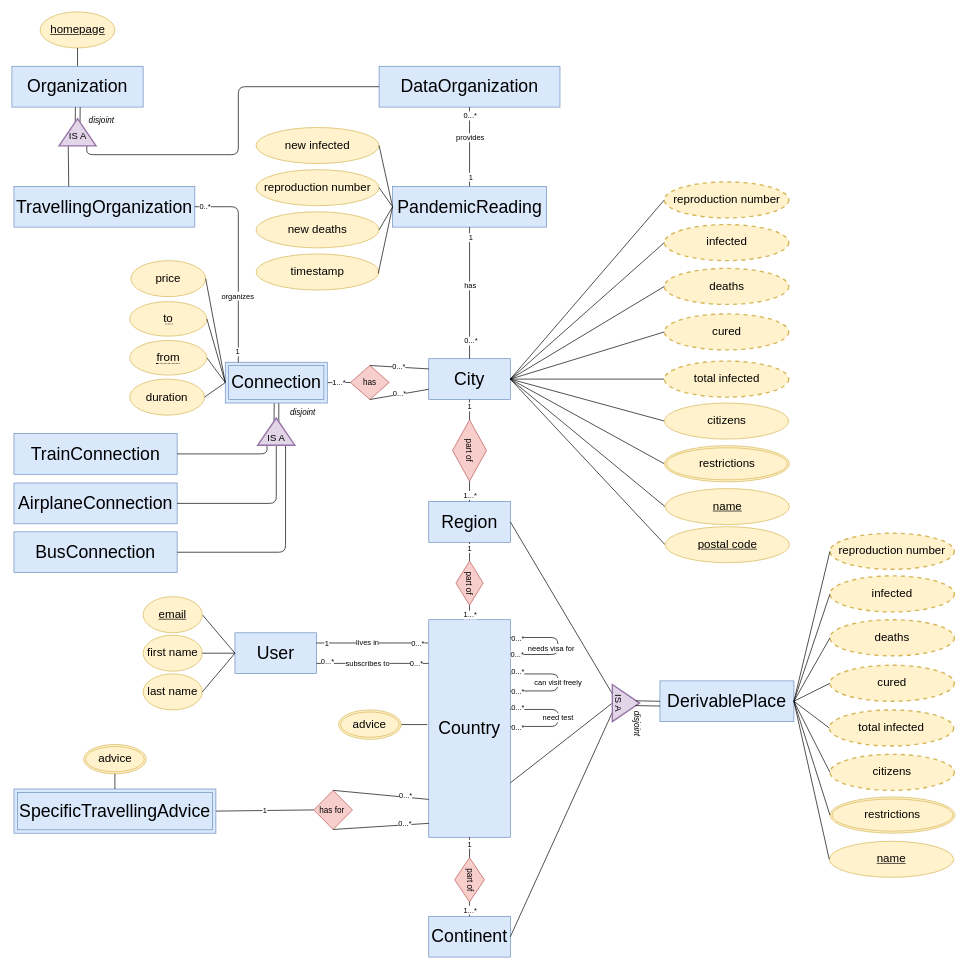
This is documentation/OISdiagram.drawio from wulfdewolf/OpenInformationSystemsGroup1, a draw.io file, before an edit. Source tidied: cells renumbered, new cells numbered last; positions are measured from the earlier drawing's top-left corner, leaving out a move shared by most shapes. Both pictures are drawn from the tidied source at 68%, with x=0, y=0 at pixel (12, 12).
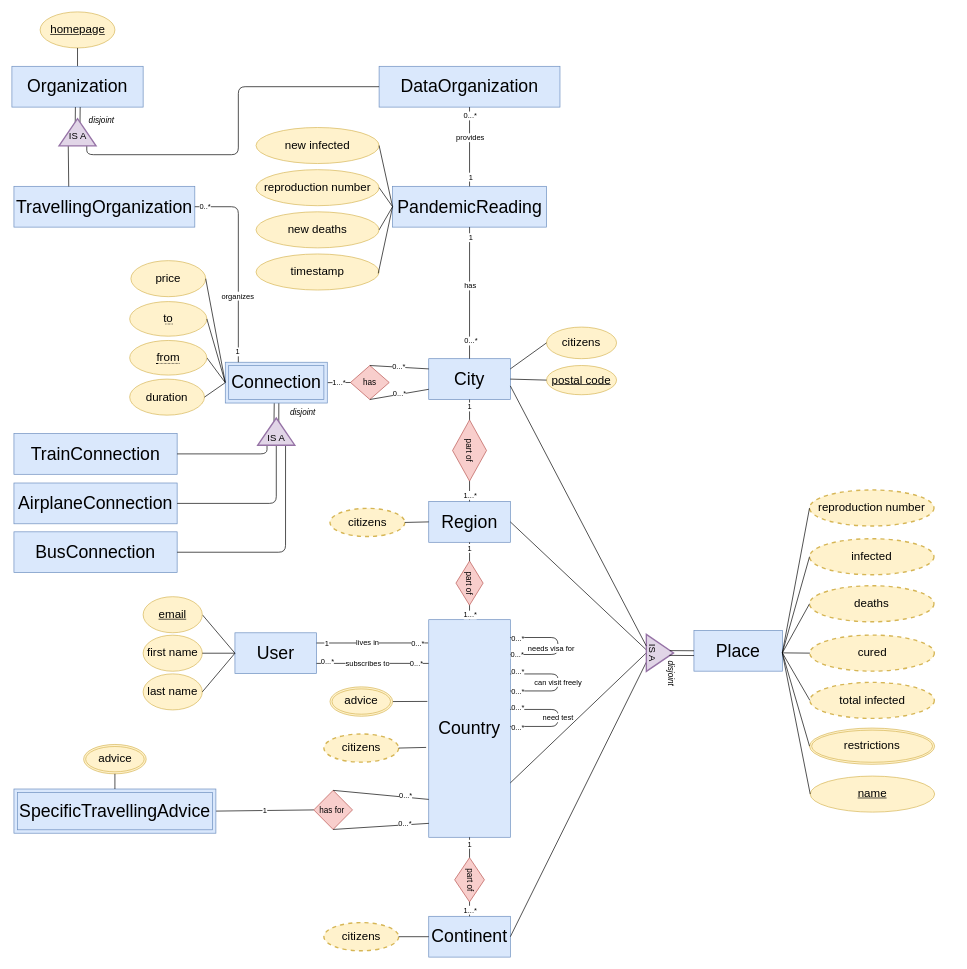
The same diagram, later.

Unchanged cells that the change refers to:
```xml
<mxCell id="6" value="&lt;font style=&quot;font-size: 26px&quot;&gt;City&lt;/font&gt;" style="rounded=0;whiteSpace=wrap;html=1;fillColor=#dae8fc;strokeColor=#6c8ebf;" parent="1" vertex="1">
  <mxGeometry x="613" y="510" width="120" height="60" as="geometry" />
</mxCell>
<mxCell id="7" value="&lt;span style=&quot;font-size: 26px&quot;&gt;Region&lt;/span&gt;" style="rounded=0;whiteSpace=wrap;html=1;fillColor=#dae8fc;strokeColor=#6c8ebf;" parent="1" vertex="1">
  <mxGeometry x="613" y="720" width="120" height="60" as="geometry" />
</mxCell>
<mxCell id="8" value="&lt;font style=&quot;font-size: 26px&quot;&gt;Country&lt;/font&gt;" style="rounded=0;whiteSpace=wrap;html=1;fillColor=#dae8fc;strokeColor=#6c8ebf;" parent="1" vertex="1">
  <mxGeometry x="613" y="893.8" width="120" height="320" as="geometry" />
</mxCell>
<mxCell id="9" value="&lt;span style=&quot;font-size: 26px&quot;&gt;Continent&lt;/span&gt;" style="rounded=0;whiteSpace=wrap;html=1;fillColor=#dae8fc;strokeColor=#6c8ebf;" parent="1" vertex="1">
  <mxGeometry x="613" y="1330" width="120" height="60" as="geometry" />
</mxCell>
```

Change to the diagram source:
```diff
@@
-    <mxCell id="4" value="&lt;font style=&quot;font-size: 26px&quot;&gt;DerivablePlace&lt;/font&gt;" style="rounded=0;whiteSpace=wrap;html=1;strokeWidth=1;fillColor=#dae8fc;strokeColor=#6c8ebf;" parent="1" vertex="1">
-      <mxGeometry x="953" y="983.8" width="197" height="60" as="geometry" />
+    <mxCell id="4" value="&lt;font style=&quot;font-size: 26px&quot;&gt;Place&lt;/font&gt;" style="rounded=0;whiteSpace=wrap;html=1;strokeWidth=1;fillColor=#dae8fc;strokeColor=#6c8ebf;" parent="1" vertex="1">
+      <mxGeometry x="1003" y="909.5" width="130" height="60" as="geometry" />
     </mxCell>
     <mxCell id="5" value="&lt;span style=&quot;font-size: 17px&quot;&gt;reproduction number&lt;/span&gt;" style="ellipse;whiteSpace=wrap;html=1;dashed=1;strokeWidth=2;fillColor=#fff2cc;strokeColor=#d6b656;" parent="1" vertex="1">
-      <mxGeometry x="1203" y="766.7" width="183" height="53" as="geometry" />
+      <mxGeometry x="1173" y="703" width="183" height="53" as="geometry" />
     </mxCell>
@@
-    <mxCell id="10" style="endArrow=none;html=1;exitX=0;exitY=0.25;exitDx=0;exitDy=0;entryX=1;entryY=0.5;entryDx=0;entryDy=0;" parent="1" edge="1" source="88" target="7">
+    <mxCell id="10" style="endArrow=none;html=1;entryX=1;entryY=0.5;entryDx=0;entryDy=0;exitX=0.39;exitY=1;exitDx=0;exitDy=0;exitPerimeter=0;" parent="1" edge="1" source="89" target="7">
       <mxGeometry relative="1" as="geometry" />
     </mxCell>
@@
-    <mxCell id="27" style="endArrow=none;html=1;exitX=1;exitY=0.5;exitDx=0;exitDy=0;entryX=0;entryY=0.5;entryDx=0;entryDy=0;" parent="1" edge="1" source="6" target="125">
-      <mxGeometry relative="1" as="geometry" />
-    </mxCell>
-    <mxCell id="28" style="endArrow=none;html=1;exitX=1;exitY=0.5;exitDx=0;exitDy=0;entryX=0;entryY=0.5;entryDx=0;entryDy=0;" parent="1" edge="1" source="6" target="130">
-      <mxGeometry relative="1" as="geometry" />
-    </mxCell>
@@
-    <mxCell id="44" style="endArrow=none;html=1;exitX=1;exitY=0.5;exitDx=0;exitDy=0;entryX=-0.017;entryY=0.482;entryDx=0;entryDy=0;entryPerimeter=0;" parent="1" edge="1" source="109" target="8">
-      <mxGeometry relative="1" as="geometry" />
+    <mxCell id="44" style="endArrow=none;html=1;exitX=1;exitY=0.5;exitDx=0;exitDy=0;" parent="1" edge="1" source="109">
+      <mxGeometry relative="1" as="geometry">
+        <mxPoint x="611" y="1014" as="targetPoint" />
+      </mxGeometry>
     </mxCell>
@@
     <mxCell id="87" value="&lt;span style=&quot;font-size: 17px&quot;&gt;restrictions&lt;/span&gt;" style="ellipse;shape=doubleEllipse;margin=3;whiteSpace=wrap;html=1;align=center;fillColor=#fff2cc;strokeColor=#d6b656;" parent="1" vertex="1">
-      <mxGeometry x="1203" y="1154.5" width="184" height="53.3" as="geometry" />
+      <mxGeometry x="1173" y="1053.2" width="184" height="53.3" as="geometry" />
     </mxCell>
     <mxCell id="88" style="triangle;whiteSpace=wrap;html=1;strokeWidth=2;rotation=0;fillColor=#e1d5e7;strokeColor=#9673a6;" parent="1" vertex="1">
-      <mxGeometry x="883" y="989.2" width="40" height="54.5" as="geometry" />
+      <mxGeometry x="933" y="915.4" width="40" height="54.5" as="geometry" />
     </mxCell>
     <mxCell id="89" value="&lt;font style=&quot;font-size: 14px&quot;&gt;IS A&lt;/font&gt;" style="text;html=1;strokeColor=none;fillColor=none;align=center;verticalAlign=middle;whiteSpace=wrap;rounded=0;rotation=90;" parent="1" vertex="1">
-      <mxGeometry x="873" y="1006.5" width="40" height="20" as="geometry" />
+      <mxGeometry x="923" y="932.6" width="40" height="20" as="geometry" />
     </mxCell>
     <mxCell id="90" value="&lt;i&gt;disjoint&lt;/i&gt;" style="text;html=1;strokeColor=none;fillColor=none;align=center;verticalAlign=middle;whiteSpace=wrap;rounded=0;rotation=90;" parent="1" vertex="1">
-      <mxGeometry x="900" y="1036.8" width="40" height="20" as="geometry" />
+      <mxGeometry x="950" y="962.9" width="40" height="20" as="geometry" />
     </mxCell>
@@
-    <mxCell id="93" style="endArrow=none;html=1;entryX=0;entryY=0.5;entryDx=0;entryDy=0;exitX=1;exitY=0.5;exitDx=0;exitDy=0;" parent="1" edge="1" source="6" target="131">
-      <mxGeometry relative="1" as="geometry" />
-    </mxCell>
-    <mxCell id="94" style="endArrow=none;html=1;exitX=0;exitY=0.5;exitDx=0;exitDy=0;entryX=1;entryY=0.5;entryDx=0;entryDy=0;" parent="1" edge="1" source="132" target="6">
-      <mxGeometry relative="1" as="geometry" />
-    </mxCell>
@@
-    <mxCell id="104" style="endArrow=none;html=1;entryX=0;entryY=0.5;entryDx=0;entryDy=0;exitX=1;exitY=0.5;exitDx=0;exitDy=0;" parent="1" edge="1" source="6" target="129">
-      <mxGeometry relative="1" as="geometry" />
-    </mxCell>
@@
     <mxCell id="109" value="&lt;span style=&quot;font-size: 17px&quot;&gt;advice&lt;/span&gt;" style="ellipse;shape=doubleEllipse;margin=3;whiteSpace=wrap;html=1;align=center;fillColor=#fff2cc;strokeColor=#d6b656;" parent="1" vertex="1">
-      <mxGeometry x="480.4" y="1026.5" width="92" height="43.2" as="geometry" />
+      <mxGeometry x="467.8" y="992.6" width="92" height="43.2" as="geometry" />
     </mxCell>
     <mxCell id="110" value="&lt;span style=&quot;font-size: 17px&quot;&gt;infected&lt;/span&gt;" style="ellipse;whiteSpace=wrap;html=1;dashed=1;strokeWidth=2;fillColor=#fff2cc;strokeColor=#d6b656;" parent="1" vertex="1">
-      <mxGeometry x="1203" y="829.4" width="183" height="53" as="geometry" />
+      <mxGeometry x="1173" y="774.7" width="183" height="53" as="geometry" />
     </mxCell>
     <mxCell id="111" value="&lt;span style=&quot;font-size: 17px&quot;&gt;deaths&lt;/span&gt;" style="ellipse;whiteSpace=wrap;html=1;dashed=1;strokeWidth=2;fillColor=#fff2cc;strokeColor=#d6b656;" parent="1" vertex="1">
-      <mxGeometry x="1203" y="893.9" width="183" height="53" as="geometry" />
+      <mxGeometry x="1173" y="843.9" width="183" height="53" as="geometry" />
     </mxCell>
     <mxCell id="112" value="&lt;span style=&quot;font-size: 17px&quot;&gt;cured&lt;/span&gt;" style="ellipse;whiteSpace=wrap;html=1;dashed=1;strokeWidth=2;fillColor=#fff2cc;strokeColor=#d6b656;" parent="1" vertex="1">
-      <mxGeometry x="1203" y="960.8" width="183" height="53" as="geometry" />
+      <mxGeometry x="1173.5" y="916.5" width="183" height="53" as="geometry" />
     </mxCell>
     <mxCell id="113" value="&lt;span style=&quot;font-size: 17px&quot;&gt;total infected&lt;/span&gt;" style="ellipse;whiteSpace=wrap;html=1;dashed=1;strokeWidth=2;fillColor=#fff2cc;strokeColor=#d6b656;" parent="1" vertex="1">
-      <mxGeometry x="1202" y="1026.5" width="183" height="53" as="geometry" />
+      <mxGeometry x="1173.5" y="986" width="183" height="53" as="geometry" />
     </mxCell>
     <mxCell id="114" value="&lt;span style=&quot;font-size: 17px&quot;&gt;&lt;u&gt;name&lt;/u&gt;&lt;/span&gt;" style="ellipse;whiteSpace=wrap;html=1;strokeWidth=1;fillColor=#fff2cc;strokeColor=#d6b656;" parent="1" vertex="1">
-      <mxGeometry x="1202" y="1219.7" width="183" height="53" as="geometry" />
+      <mxGeometry x="1174" y="1123.8" width="183" height="53" as="geometry" />
     </mxCell>
     <mxCell id="115" value="&lt;span style=&quot;font-size: 17px&quot;&gt;citizens&lt;/span&gt;" style="ellipse;whiteSpace=wrap;html=1;dashed=1;strokeWidth=2;fillColor=#fff2cc;strokeColor=#d6b656;" parent="1" vertex="1">
-      <mxGeometry x="1203" y="1091.8" width="183" height="53" as="geometry" />
+      <mxGeometry x="467.8" y="730.1" width="110" height="41.4" as="geometry" />
     </mxCell>
-    <mxCell id="116" style="endArrow=none;html=1;exitX=1;exitY=0.5;exitDx=0;exitDy=0;entryX=0;entryY=0.5;entryDx=0;entryDy=0;" parent="1" edge="1" source="4" target="5">
-      <mxGeometry relative="1" as="geometry" />
+    <mxCell id="116" style="endArrow=none;html=1;exitX=1;exitY=0.5;exitDx=0;exitDy=0;entryX=0;entryY=0.5;entryDx=0;entryDy=0;" parent="1" edge="1" target="5">
+      <mxGeometry relative="1" as="geometry">
+        <mxPoint x="1133" y="942.6" as="sourcePoint" />
+      </mxGeometry>
     </mxCell>
-    <mxCell id="117" style="endArrow=none;html=1;exitX=1;exitY=0.5;exitDx=0;exitDy=0;entryX=0;entryY=0.5;entryDx=0;entryDy=0;" parent="1" edge="1" source="4" target="110">
-      <mxGeometry relative="1" as="geometry" />
+    <mxCell id="117" style="endArrow=none;html=1;exitX=1;exitY=0.5;exitDx=0;exitDy=0;entryX=0;entryY=0.5;entryDx=0;entryDy=0;" parent="1" edge="1" target="110">
+      <mxGeometry relative="1" as="geometry">
+        <mxPoint x="1133" y="942.6" as="sourcePoint" />
+      </mxGeometry>
     </mxCell>
-    <mxCell id="118" style="endArrow=none;html=1;exitX=1;exitY=0.5;exitDx=0;exitDy=0;entryX=0;entryY=0.5;entryDx=0;entryDy=0;" parent="1" edge="1" source="4" target="111">
-      <mxGeometry relative="1" as="geometry" />
+    <mxCell id="118" style="endArrow=none;html=1;exitX=1;exitY=0.5;exitDx=0;exitDy=0;entryX=0;entryY=0.5;entryDx=0;entryDy=0;" parent="1" edge="1" target="111">
+      <mxGeometry relative="1" as="geometry">
+        <mxPoint x="1133" y="942.6" as="sourcePoint" />
+      </mxGeometry>
     </mxCell>
-    <mxCell id="119" style="endArrow=none;html=1;exitX=1;exitY=0.5;exitDx=0;exitDy=0;entryX=0;entryY=0.5;entryDx=0;entryDy=0;" parent="1" edge="1" source="4" target="112">
-      <mxGeometry relative="1" as="geometry" />
+    <mxCell id="119" style="endArrow=none;html=1;exitX=1;exitY=0.5;exitDx=0;exitDy=0;entryX=0;entryY=0.5;entryDx=0;entryDy=0;" parent="1" edge="1" target="112">
+      <mxGeometry relative="1" as="geometry">
+        <mxPoint x="1133" y="942.6" as="sourcePoint" />
+      </mxGeometry>
     </mxCell>
-    <mxCell id="120" style="endArrow=none;html=1;exitX=1;exitY=0.5;exitDx=0;exitDy=0;entryX=0;entryY=0.5;entryDx=0;entryDy=0;" parent="1" edge="1" source="4" target="113">
-      <mxGeometry relative="1" as="geometry" />
+    <mxCell id="120" style="endArrow=none;html=1;exitX=1;exitY=0.5;exitDx=0;exitDy=0;entryX=0;entryY=0.5;entryDx=0;entryDy=0;" parent="1" edge="1" target="113">
+      <mxGeometry relative="1" as="geometry">
+        <mxPoint x="1133" y="942.6" as="sourcePoint" />
+      </mxGeometry>
     </mxCell>
-    <mxCell id="121" style="endArrow=none;html=1;exitX=0;exitY=0.5;exitDx=0;exitDy=0;entryX=1;entryY=0.5;entryDx=0;entryDy=0;" parent="1" edge="1" source="115" target="4">
-      <mxGeometry relative="1" as="geometry" />
-    </mxCell>
-    <mxCell id="122" style="endArrow=none;html=1;exitX=0;exitY=0.5;exitDx=0;exitDy=0;entryX=1;entryY=0.5;entryDx=0;entryDy=0;" parent="1" edge="1" source="87" target="4">
-      <mxGeometry relative="1" as="geometry" />
+    <mxCell id="122" style="endArrow=none;html=1;exitX=0;exitY=0.5;exitDx=0;exitDy=0;entryX=1;entryY=0.5;entryDx=0;entryDy=0;" parent="1" edge="1" source="87">
+      <mxGeometry relative="1" as="geometry">
+        <mxPoint x="1133" y="942.6" as="targetPoint" />
+      </mxGeometry>
     </mxCell>
-    <mxCell id="123" style="endArrow=none;html=1;exitX=1;exitY=0.5;exitDx=0;exitDy=0;entryX=0;entryY=0.5;entryDx=0;entryDy=0;" parent="1" edge="1" source="4" target="114">
-      <mxGeometry relative="1" as="geometry" />
+    <mxCell id="123" style="endArrow=none;html=1;exitX=1;exitY=0.5;exitDx=0;exitDy=0;entryX=0;entryY=0.5;entryDx=0;entryDy=0;" parent="1" edge="1" target="114">
+      <mxGeometry relative="1" as="geometry">
+        <mxPoint x="1133" y="942.6" as="sourcePoint" />
+      </mxGeometry>
     </mxCell>
-    <mxCell id="124" value="&lt;span style=&quot;font-size: 17px&quot;&gt;reproduction number&lt;/span&gt;" style="ellipse;whiteSpace=wrap;html=1;dashed=1;strokeWidth=2;fillColor=#fff2cc;strokeColor=#d6b656;" parent="1" vertex="1">
-      <mxGeometry x="959.5" y="250" width="183" height="53" as="geometry" />
-    </mxCell>
-    <mxCell id="125" value="&lt;span style=&quot;font-size: 17px&quot;&gt;restrictions&lt;/span&gt;" style="ellipse;shape=doubleEllipse;margin=3;whiteSpace=wrap;html=1;align=center;fillColor=#fff2cc;strokeColor=#d6b656;" parent="1" vertex="1">
-      <mxGeometry x="959.5" y="637.9" width="184" height="53.3" as="geometry" />
-    </mxCell>
-    <mxCell id="126" value="&lt;span style=&quot;font-size: 17px&quot;&gt;infected&lt;/span&gt;" style="ellipse;whiteSpace=wrap;html=1;dashed=1;strokeWidth=2;fillColor=#fff2cc;strokeColor=#d6b656;" parent="1" vertex="1">
-      <mxGeometry x="959.5" y="312.7" width="183" height="53" as="geometry" />
-    </mxCell>
-    <mxCell id="127" value="&lt;span style=&quot;font-size: 17px&quot;&gt;deaths&lt;/span&gt;" style="ellipse;whiteSpace=wrap;html=1;dashed=1;strokeWidth=2;fillColor=#fff2cc;strokeColor=#d6b656;" parent="1" vertex="1">
-      <mxGeometry x="959.5" y="377.2" width="183" height="53" as="geometry" />
-    </mxCell>
-    <mxCell id="128" value="&lt;span style=&quot;font-size: 17px&quot;&gt;cured&lt;/span&gt;" style="ellipse;whiteSpace=wrap;html=1;dashed=1;strokeWidth=2;fillColor=#fff2cc;strokeColor=#d6b656;" parent="1" vertex="1">
-      <mxGeometry x="959.5" y="444.1" width="183" height="53" as="geometry" />
-    </mxCell>
-    <mxCell id="129" value="&lt;span style=&quot;font-size: 17px&quot;&gt;total infected&lt;/span&gt;" style="ellipse;whiteSpace=wrap;html=1;dashed=1;strokeWidth=2;fillColor=#fff2cc;strokeColor=#d6b656;" parent="1" vertex="1">
-      <mxGeometry x="959.5" y="513.5" width="183" height="53" as="geometry" />
-    </mxCell>
     <mxCell id="130" value="&lt;span style=&quot;font-size: 17px&quot;&gt;citizens&lt;/span&gt;" style="ellipse;whiteSpace=wrap;html=1;strokeWidth=1;fillColor=#fff2cc;strokeColor=#d6b656;" parent="1" vertex="1">
-      <mxGeometry x="959.5" y="575.2" width="183" height="53" as="geometry" />
+      <mxGeometry x="786.2" y="463.5" width="103" height="46.5" as="geometry" />
     </mxCell>
-    <mxCell id="131" value="&lt;span style=&quot;font-size: 17px&quot;&gt;&lt;u&gt;name&lt;/u&gt;&lt;/span&gt;" style="ellipse;whiteSpace=wrap;html=1;strokeWidth=1;fillColor=#fff2cc;strokeColor=#d6b656;" parent="1" vertex="1">
-      <mxGeometry x="960.5" y="701" width="183" height="53" as="geometry" />
-    </mxCell>
     <mxCell id="132" value="&lt;span style=&quot;font-size: 17px&quot;&gt;&lt;u&gt;postal code&lt;/u&gt;&lt;/span&gt;" style="ellipse;whiteSpace=wrap;html=1;strokeWidth=1;fillColor=#fff2cc;strokeColor=#d6b656;" parent="1" vertex="1">
-      <mxGeometry x="960.5" y="757" width="183" height="53" as="geometry" />
+      <mxGeometry x="786.2" y="520" width="103" height="43" as="geometry" />
     </mxCell>
-    <mxCell id="133" style="endArrow=none;html=1;exitX=0;exitY=0.5;exitDx=0;exitDy=0;entryX=1;entryY=0.5;entryDx=0;entryDy=0;" parent="1" edge="1" source="128" target="6">
-      <mxGeometry relative="1" as="geometry" />
-    </mxCell>
-    <mxCell id="134" style="endArrow=none;html=1;exitX=0;exitY=0.5;exitDx=0;exitDy=0;entryX=1;entryY=0.5;entryDx=0;entryDy=0;" parent="1" edge="1" source="127" target="6">
-      <mxGeometry relative="1" as="geometry" />
-    </mxCell>
-    <mxCell id="135" style="endArrow=none;html=1;exitX=0;exitY=0.5;exitDx=0;exitDy=0;entryX=1;entryY=0.5;entryDx=0;entryDy=0;" parent="1" edge="1" source="126" target="6">
-      <mxGeometry relative="1" as="geometry" />
-    </mxCell>
-    <mxCell id="136" style="endArrow=none;html=1;exitX=0;exitY=0.5;exitDx=0;exitDy=0;entryX=1;entryY=0.5;entryDx=0;entryDy=0;" parent="1" edge="1" source="124" target="6">
-      <mxGeometry relative="1" as="geometry" />
-    </mxCell>
@@
+    <mxCell id="154" style="endArrow=none;html=1;entryX=0.25;entryY=1;entryDx=0;entryDy=0;" parent="1" edge="1" target="89">
+      <mxGeometry relative="1" as="geometry">
+        <mxPoint x="733" y="550" as="sourcePoint" />
+      </mxGeometry>
+    </mxCell>
+    <mxCell id="28" style="endArrow=none;html=1;exitX=1;exitY=0.25;exitDx=0;exitDy=0;entryX=0;entryY=0.5;entryDx=0;entryDy=0;" parent="1" edge="1" source="6" target="130">
+      <mxGeometry relative="1" as="geometry" />
+    </mxCell>
+    <mxCell id="155" style="endArrow=none;html=1;exitX=1;exitY=0.5;exitDx=0;exitDy=0;entryX=0;entryY=0.5;entryDx=0;entryDy=0;" parent="1" edge="1" source="115" target="7">
+      <mxGeometry relative="1" as="geometry" />
+    </mxCell>
+    <mxCell id="156" value="&lt;span style=&quot;font-size: 17px&quot;&gt;citizens&lt;/span&gt;" style="ellipse;whiteSpace=wrap;html=1;dashed=1;strokeWidth=2;fillColor=#fff2cc;strokeColor=#d6b656;" parent="1" vertex="1">
+      <mxGeometry x="458.8" y="1061.9" width="110" height="41.4" as="geometry" />
+    </mxCell>
+    <mxCell id="157" style="endArrow=none;html=1;exitX=1;exitY=0.5;exitDx=0;exitDy=0;entryX=-0.032;entryY=0.587;entryDx=0;entryDy=0;entryPerimeter=0;" parent="1" edge="1" source="156" target="8">
+      <mxGeometry relative="1" as="geometry" />
+    </mxCell>
+    <mxCell id="158" value="&lt;span style=&quot;font-size: 17px&quot;&gt;citizens&lt;/span&gt;" style="ellipse;whiteSpace=wrap;html=1;dashed=1;strokeWidth=2;fillColor=#fff2cc;strokeColor=#d6b656;" parent="1" vertex="1">
+      <mxGeometry x="458.8" y="1339.3" width="110" height="41.4" as="geometry" />
+    </mxCell>
+    <mxCell id="159" style="endArrow=none;html=1;entryX=0;entryY=0.5;entryDx=0;entryDy=0;exitX=1;exitY=0.5;exitDx=0;exitDy=0;" parent="1" edge="1" source="158" target="9">
+      <mxGeometry relative="1" as="geometry" />
+    </mxCell>
+    <mxCell id="160" style="endArrow=none;html=1;exitX=1;exitY=0.5;exitDx=0;exitDy=0;entryX=0;entryY=0.5;entryDx=0;entryDy=0;" parent="1" edge="1" source="6" target="132">
+      <mxGeometry relative="1" as="geometry" />
+    </mxCell>
```
